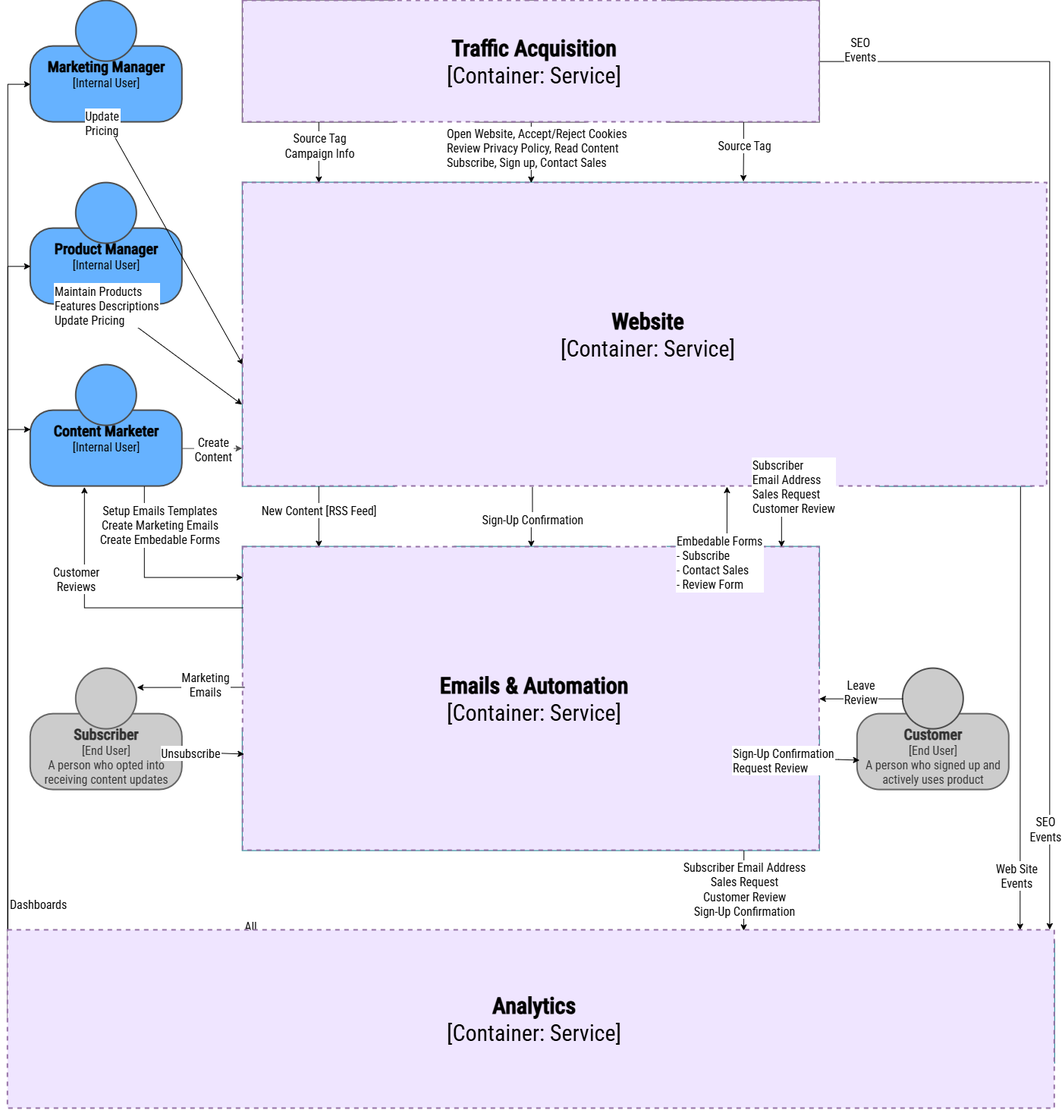
Before: chapter-07/figure-7.15.drawio.png, a diagram exported from draw.io (software-architecture-guild/modeling-software-architecture). Source tidied: cells renumbered, new cells last; positions are measured from the earlier drawing's top-left corner, leaving out a move shared by most shapes.
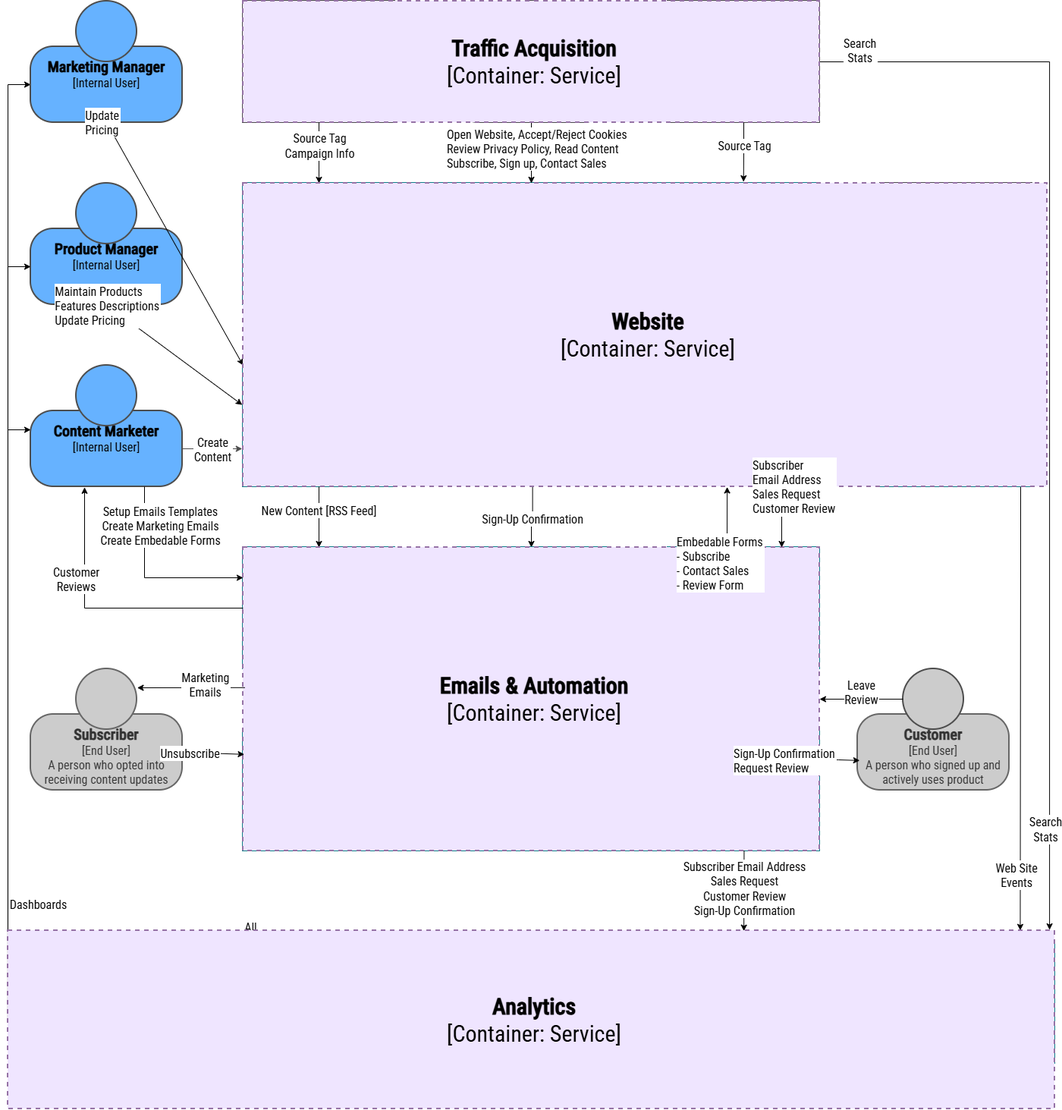
After the change.

Commit message:
chapter 7: fixed google search

Change to the diagram source:
```diff
@@ -108,12 +108,12 @@
         </Array>
       </mxGeometry>
     </mxCell>
-    <mxCell id="29" value="SEO&#10;Events" style="edgeLabel;align=center;verticalAlign=middle;fontFamily=Roboto Condensed;fontSource=https%3A%2F%2Ffonts.googleapis.com%2Fcss%3Ffamily%3DRoboto%2BCondensed;fontSize=16;fontColor=#000000;labelBackgroundColor=#FFFFFF;fillColor=none;gradientColor=none;fontStyle=0;" parent="28" vertex="1">
+    <mxCell id="29" value="Search&#10;Stats" style="edgeLabel;align=center;verticalAlign=middle;fontFamily=Roboto Condensed;fontSource=https%3A%2F%2Ffonts.googleapis.com%2Fcss%3Ffamily%3DRoboto%2BCondensed;fontSize=16;fontColor=#000000;labelBackgroundColor=#FFFFFF;fillColor=none;gradientColor=none;fontStyle=0;" parent="28" vertex="1">
       <mxGeometry x="-0.5" y="-1" relative="1" as="geometry">
         <mxPoint x="-249" y="-72" as="offset" />
       </mxGeometry>
     </mxCell>
-    <mxCell id="30" value="&lt;span style=&quot;color: rgb(0, 0, 0); font-family: &amp;quot;Roboto Condensed&amp;quot;; font-size: 16px;&quot;&gt;SEO&lt;/span&gt;&lt;br style=&quot;color: rgb(63, 63, 63); scrollbar-color: rgba(100, 100, 100, 0.4) rgb(255, 255, 255); padding: 0px; margin: 0px; font-family: &amp;quot;Roboto Condensed&amp;quot;; font-size: 16px;&quot;&gt;&lt;span style=&quot;color: rgb(0, 0, 0); font-family: &amp;quot;Roboto Condensed&amp;quot;; font-size: 16px;&quot;&gt;Events&lt;/span&gt;" style="edgeLabel;html=1;align=center;verticalAlign=middle;fontFamily=IBM Plex Mono;fontSource=https%3A%2F%2Ffonts.googleapis.com%2Fcss%3Ffamily%3DIBM%2BPlex%2BMono;fontSize=11;fontColor=default;labelBackgroundColor=default;" parent="28" vertex="1">
+    <mxCell id="30" value="&lt;span style=&quot;color: rgb(0, 0, 0); font-family: &amp;quot;Roboto Condensed&amp;quot;; font-size: 16px;&quot;&gt;Search&lt;/span&gt;&lt;br style=&quot;color: rgb(63, 63, 63); scrollbar-color: rgba(100, 100, 100, 0.4) rgb(255, 255, 255); padding: 0px; margin: 0px; font-family: &amp;quot;Roboto Condensed&amp;quot;; font-size: 16px;&quot;&gt;&lt;span style=&quot;color: rgb(0, 0, 0); font-family: &amp;quot;Roboto Condensed&amp;quot;; font-size: 16px;&quot;&gt;Stats&lt;/span&gt;" style="edgeLabel;html=1;align=center;verticalAlign=middle;fontFamily=IBM Plex Mono;fontSource=https%3A%2F%2Ffonts.googleapis.com%2Fcss%3Ffamily%3DIBM%2BPlex%2BMono;fontSize=11;fontColor=default;labelBackgroundColor=default;" parent="28" vertex="1">
       <mxGeometry x="0.81" y="-2" relative="1" as="geometry">
         <mxPoint x="-4" y="7" as="offset" />
       </mxGeometry>
```
